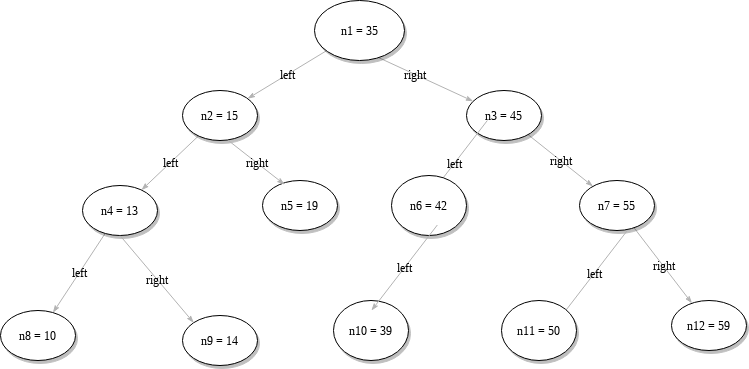
The draw.io diagram sample-tree/tree.png in alaran01/DFS-Game, before a commit. Source tidied: cells renumbered, new cells last; positions are measured from the earlier drawing's top-left corner, leaving out a move shared by most shapes. The source it was exported from:
```xml
<mxGraphModel background="#ffffff">
  <root>
    <mxCell id="0" />
    <mxCell id="1" parent="0" />
    <mxCell id="2" value="left" style="edgeStyle=none;rounded=1;html=1;labelBackgroundColor=none;startArrow=none;startFill=0;startSize=5;endArrow=classicThin;endFill=1;endSize=5;jettySize=auto;strokeColor=#B3B3B3;strokeWidth=1;fontFamily=Verdana;fontSize=12;" parent="1" edge="1" source="4" target="12">
      <mxGeometry relative="1" as="geometry" />
    </mxCell>
    <mxCell id="3" value="right" style="edgeStyle=none;rounded=1;html=1;labelBackgroundColor=none;startArrow=none;startFill=0;startSize=5;endArrow=classicThin;endFill=1;endSize=5;jettySize=auto;strokeColor=#B3B3B3;strokeWidth=1;fontFamily=Verdana;fontSize=12;" parent="1" edge="1" target="6">
      <mxGeometry relative="1" as="geometry">
        <mxPoint x="356.1" y="47" as="sourcePoint" />
      </mxGeometry>
    </mxCell>
    <mxCell id="4" value="n1 = 35" style="ellipse;whiteSpace=wrap;html=1;rounded=0;shadow=1;comic=0;labelBackgroundColor=none;strokeWidth=1;fontFamily=Verdana;fontSize=12;align=center;" parent="1" vertex="1">
      <mxGeometry x="314" width="90" height="60" as="geometry" />
    </mxCell>
    <mxCell id="5" value="right" style="edgeStyle=none;rounded=1;html=1;labelBackgroundColor=none;startArrow=none;startFill=0;startSize=5;endArrow=classicThin;endFill=1;endSize=5;jettySize=auto;strokeColor=#B3B3B3;strokeWidth=1;fontFamily=Verdana;fontSize=12;" parent="1" edge="1" source="6" target="8">
      <mxGeometry relative="1" as="geometry" />
    </mxCell>
    <mxCell id="6" value="&lt;span&gt;n3 = 45&lt;/span&gt;" style="ellipse;whiteSpace=wrap;html=1;rounded=0;shadow=1;comic=0;labelBackgroundColor=none;strokeWidth=1;fontFamily=Verdana;fontSize=12;align=center;" parent="1" vertex="1">
      <mxGeometry x="466" y="90" width="75" height="50" as="geometry" />
    </mxCell>
    <mxCell id="7" value="right" style="edgeStyle=none;rounded=1;html=1;labelBackgroundColor=none;startArrow=none;startFill=0;startSize=5;endArrow=classicThin;endFill=1;endSize=5;jettySize=auto;strokeColor=#B3B3B3;strokeWidth=1;fontFamily=Verdana;fontSize=12;" parent="1" edge="1" source="8" target="9">
      <mxGeometry relative="1" as="geometry" />
    </mxCell>
    <mxCell id="8" value="&lt;span&gt;n7 = 55&lt;/span&gt;" style="ellipse;whiteSpace=wrap;html=1;rounded=0;shadow=1;comic=0;labelBackgroundColor=none;strokeWidth=1;fontFamily=Verdana;fontSize=12;align=center;" parent="1" vertex="1">
      <mxGeometry x="579" y="180" width="75" height="50" as="geometry" />
    </mxCell>
    <mxCell id="9" value="&lt;span&gt;n12 = 59&lt;/span&gt;" style="ellipse;whiteSpace=wrap;html=1;rounded=0;shadow=1;comic=0;labelBackgroundColor=none;strokeWidth=1;fontFamily=Verdana;fontSize=12;align=center;" parent="1" vertex="1">
      <mxGeometry x="671" y="300" width="75" height="50" as="geometry" />
    </mxCell>
    <mxCell id="10" value="n5 = 19" style="ellipse;whiteSpace=wrap;html=1;rounded=0;shadow=1;comic=0;labelBackgroundColor=none;strokeWidth=1;fontFamily=Verdana;fontSize=12;align=center;" parent="1" vertex="1">
      <mxGeometry x="262" y="180" width="75" height="50" as="geometry" />
    </mxCell>
    <mxCell id="11" value="left" style="edgeStyle=none;rounded=1;html=1;labelBackgroundColor=none;startArrow=none;startFill=0;startSize=5;endArrow=classicThin;endFill=1;endSize=5;jettySize=auto;strokeColor=#B3B3B3;strokeWidth=1;fontFamily=Verdana;fontSize=12;" parent="1" edge="1" source="12" target="14">
      <mxGeometry relative="1" as="geometry" />
    </mxCell>
    <mxCell id="12" value="n2 = 15" style="ellipse;whiteSpace=wrap;html=1;rounded=0;shadow=1;comic=0;labelBackgroundColor=none;strokeWidth=1;fontFamily=Verdana;fontSize=12;align=center;" parent="1" vertex="1">
      <mxGeometry x="182" y="90" width="75" height="50" as="geometry" />
    </mxCell>
    <mxCell id="13" value="left" style="edgeStyle=none;rounded=1;html=1;labelBackgroundColor=none;startArrow=none;startFill=0;startSize=5;endArrow=classicThin;endFill=1;endSize=5;jettySize=auto;strokeColor=#B3B3B3;strokeWidth=1;fontFamily=Verdana;fontSize=12;" parent="1" edge="1" source="14" target="15">
      <mxGeometry relative="1" as="geometry" />
    </mxCell>
    <mxCell id="14" value="&lt;span&gt;n4 = 13&lt;/span&gt;" style="ellipse;whiteSpace=wrap;html=1;rounded=0;shadow=1;comic=0;labelBackgroundColor=none;strokeWidth=1;fontFamily=Verdana;fontSize=12;align=center;" parent="1" vertex="1">
      <mxGeometry x="82" y="185" width="75" height="50" as="geometry" />
    </mxCell>
    <mxCell id="15" value="&lt;span&gt;n8 = 10&lt;/span&gt;" style="ellipse;whiteSpace=wrap;html=1;rounded=0;shadow=1;comic=0;labelBackgroundColor=none;strokeWidth=1;fontFamily=Verdana;fontSize=12;align=center;" parent="1" vertex="1">
      <mxGeometry y="310" width="75" height="50" as="geometry" />
    </mxCell>
    <mxCell id="16" value="n9 = 14" style="ellipse;whiteSpace=wrap;html=1;rounded=0;shadow=1;comic=0;labelBackgroundColor=none;strokeWidth=1;fontFamily=Verdana;fontSize=12;align=center;" parent="1" vertex="1">
      <mxGeometry x="182" y="315" width="75" height="50" as="geometry" />
    </mxCell>
    <mxCell id="17" value="right" style="edgeStyle=none;rounded=1;html=1;labelBackgroundColor=none;startArrow=none;startFill=0;startSize=5;endArrow=classicThin;endFill=1;endSize=5;jettySize=auto;strokeColor=#B3B3B3;strokeWidth=1;fontFamily=Verdana;fontSize=12;exitX=0.5;exitY=1;exitDx=0;exitDy=0;entryX=0;entryY=0;entryDx=0;entryDy=0;" parent="1" edge="1" source="14" target="16">
      <mxGeometry relative="1" as="geometry" />
    </mxCell>
    <mxCell id="18" value="right" style="edgeStyle=none;rounded=1;html=1;labelBackgroundColor=none;startArrow=none;startFill=0;startSize=5;endArrow=classicThin;endFill=1;endSize=5;jettySize=auto;strokeColor=#B3B3B3;strokeWidth=1;fontFamily=Verdana;fontSize=12;entryX=0.293;entryY=0.08;entryDx=0;entryDy=0;entryPerimeter=0;" parent="1" edge="1" target="10">
      <mxGeometry relative="1" as="geometry">
        <mxPoint x="227.8" y="140" as="sourcePoint" />
      </mxGeometry>
    </mxCell>
    <mxCell id="19" value="left" style="edgeStyle=none;rounded=1;html=1;labelBackgroundColor=none;startArrow=none;startFill=0;startSize=5;endArrow=classicThin;endFill=1;endSize=5;jettySize=auto;orthogonalLoop=1;strokeColor=#B3B3B3;strokeWidth=1;fontFamily=Verdana;fontSize=12;" parent="1" edge="1">
      <mxGeometry relative="1" as="geometry">
        <mxPoint x="486.8" y="120" as="sourcePoint" />
        <mxPoint x="421" y="205.5" as="targetPoint" />
      </mxGeometry>
    </mxCell>
    <mxCell id="20" value="left" style="edgeStyle=none;rounded=1;html=1;labelBackgroundColor=none;startArrow=none;startFill=0;startSize=5;endArrow=classicThin;endFill=1;endSize=5;jettySize=auto;orthogonalLoop=1;strokeColor=#B3B3B3;strokeWidth=1;fontFamily=Verdana;fontSize=12;" parent="1" edge="1">
      <mxGeometry relative="1" as="geometry">
        <mxPoint x="626.8" y="230" as="sourcePoint" />
        <mxPoint x="561" y="315.5" as="targetPoint" />
      </mxGeometry>
    </mxCell>
    <mxCell id="21" value="&lt;span&gt;n6 = 42&lt;/span&gt;" style="ellipse;whiteSpace=wrap;html=1;rounded=0;shadow=1;comic=0;labelBackgroundColor=none;strokeWidth=1;fontFamily=Verdana;fontSize=12;align=center;" parent="1" vertex="1">
      <mxGeometry x="391" y="175" width="75" height="60" as="geometry" />
    </mxCell>
    <mxCell id="22" value="&lt;span&gt;n10 = 39&lt;/span&gt;" style="ellipse;whiteSpace=wrap;html=1;rounded=0;shadow=1;comic=0;labelBackgroundColor=none;strokeWidth=1;fontFamily=Verdana;fontSize=12;align=center;" parent="1" vertex="1">
      <mxGeometry x="333" y="300" width="75" height="60" as="geometry" />
    </mxCell>
    <mxCell id="23" value="&lt;span&gt;n11 = 50&lt;/span&gt;" style="ellipse;whiteSpace=wrap;html=1;rounded=0;shadow=1;comic=0;labelBackgroundColor=none;strokeWidth=1;fontFamily=Verdana;fontSize=12;align=center;" parent="1" vertex="1">
      <mxGeometry x="501" y="300" width="75" height="60" as="geometry" />
    </mxCell>
    <mxCell id="24" value="left" style="edgeStyle=none;rounded=1;html=1;labelBackgroundColor=none;startArrow=none;startFill=0;startSize=5;endArrow=classicThin;endFill=1;endSize=5;jettySize=auto;orthogonalLoop=1;strokeColor=#B3B3B3;strokeWidth=1;fontFamily=Verdana;fontSize=12;" parent="1" edge="1">
      <mxGeometry relative="1" as="geometry">
        <mxPoint x="436.8" y="224.5" as="sourcePoint" />
        <mxPoint x="371" y="310" as="targetPoint" />
      </mxGeometry>
    </mxCell>
  </root>
</mxGraphModel>
```
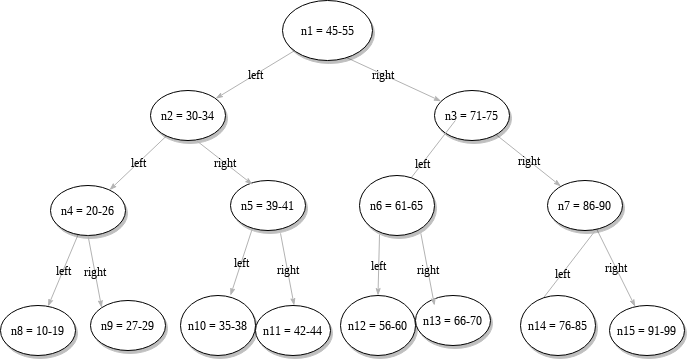
After the change.

Commit message:
generating a random tree, added new sample tree

What changed in the source:
```diff
@@ -10,44 +10,44 @@
         <mxPoint x="356.1" y="47" as="sourcePoint" />
       </mxGeometry>
     </mxCell>
-    <mxCell id="4" value="n1 = 35" style="ellipse;whiteSpace=wrap;html=1;rounded=0;shadow=1;comic=0;labelBackgroundColor=none;strokeWidth=1;fontFamily=Verdana;fontSize=12;align=center;" parent="1" vertex="1">
+    <mxCell id="4" value="n1 = 45-55" style="ellipse;whiteSpace=wrap;html=1;rounded=0;shadow=1;comic=0;labelBackgroundColor=none;strokeWidth=1;fontFamily=Verdana;fontSize=12;align=center;" parent="1" vertex="1">
       <mxGeometry x="314" width="90" height="60" as="geometry" />
     </mxCell>
     <mxCell id="5" value="right" style="edgeStyle=none;rounded=1;html=1;labelBackgroundColor=none;startArrow=none;startFill=0;startSize=5;endArrow=classicThin;endFill=1;endSize=5;jettySize=auto;strokeColor=#B3B3B3;strokeWidth=1;fontFamily=Verdana;fontSize=12;" parent="1" edge="1" source="6" target="8">
       <mxGeometry relative="1" as="geometry" />
     </mxCell>
-    <mxCell id="6" value="&lt;span&gt;n3 = 45&lt;/span&gt;" style="ellipse;whiteSpace=wrap;html=1;rounded=0;shadow=1;comic=0;labelBackgroundColor=none;strokeWidth=1;fontFamily=Verdana;fontSize=12;align=center;" parent="1" vertex="1">
+    <mxCell id="6" value="&lt;span&gt;n3 = 71-75&lt;/span&gt;" style="ellipse;whiteSpace=wrap;html=1;rounded=0;shadow=1;comic=0;labelBackgroundColor=none;strokeWidth=1;fontFamily=Verdana;fontSize=12;align=center;" parent="1" vertex="1">
       <mxGeometry x="466" y="90" width="75" height="50" as="geometry" />
     </mxCell>
     <mxCell id="7" value="right" style="edgeStyle=none;rounded=1;html=1;labelBackgroundColor=none;startArrow=none;startFill=0;startSize=5;endArrow=classicThin;endFill=1;endSize=5;jettySize=auto;strokeColor=#B3B3B3;strokeWidth=1;fontFamily=Verdana;fontSize=12;" parent="1" edge="1" source="8" target="9">
       <mxGeometry relative="1" as="geometry" />
     </mxCell>
-    <mxCell id="8" value="&lt;span&gt;n7 = 55&lt;/span&gt;" style="ellipse;whiteSpace=wrap;html=1;rounded=0;shadow=1;comic=0;labelBackgroundColor=none;strokeWidth=1;fontFamily=Verdana;fontSize=12;align=center;" parent="1" vertex="1">
+    <mxCell id="8" value="&lt;span&gt;n7 = 86-90&lt;/span&gt;" style="ellipse;whiteSpace=wrap;html=1;rounded=0;shadow=1;comic=0;labelBackgroundColor=none;strokeWidth=1;fontFamily=Verdana;fontSize=12;align=center;" parent="1" vertex="1">
       <mxGeometry x="579" y="180" width="75" height="50" as="geometry" />
     </mxCell>
-    <mxCell id="9" value="&lt;span&gt;n12 = 59&lt;/span&gt;" style="ellipse;whiteSpace=wrap;html=1;rounded=0;shadow=1;comic=0;labelBackgroundColor=none;strokeWidth=1;fontFamily=Verdana;fontSize=12;align=center;" parent="1" vertex="1">
-      <mxGeometry x="671" y="300" width="75" height="50" as="geometry" />
+    <mxCell id="9" value="&lt;span&gt;n15 = 91-99&lt;/span&gt;" style="ellipse;whiteSpace=wrap;html=1;rounded=0;shadow=1;comic=0;labelBackgroundColor=none;strokeWidth=1;fontFamily=Verdana;fontSize=12;align=center;" parent="1" vertex="1">
+      <mxGeometry x="641" y="305" width="75" height="50" as="geometry" />
     </mxCell>
-    <mxCell id="10" value="n5 = 19" style="ellipse;whiteSpace=wrap;html=1;rounded=0;shadow=1;comic=0;labelBackgroundColor=none;strokeWidth=1;fontFamily=Verdana;fontSize=12;align=center;" parent="1" vertex="1">
+    <mxCell id="10" value="n5 = 39-41" style="ellipse;whiteSpace=wrap;html=1;rounded=0;shadow=1;comic=0;labelBackgroundColor=none;strokeWidth=1;fontFamily=Verdana;fontSize=12;align=center;" parent="1" vertex="1">
       <mxGeometry x="262" y="180" width="75" height="50" as="geometry" />
     </mxCell>
     <mxCell id="11" value="left" style="edgeStyle=none;rounded=1;html=1;labelBackgroundColor=none;startArrow=none;startFill=0;startSize=5;endArrow=classicThin;endFill=1;endSize=5;jettySize=auto;strokeColor=#B3B3B3;strokeWidth=1;fontFamily=Verdana;fontSize=12;" parent="1" edge="1" source="12" target="14">
       <mxGeometry relative="1" as="geometry" />
     </mxCell>
-    <mxCell id="12" value="n2 = 15" style="ellipse;whiteSpace=wrap;html=1;rounded=0;shadow=1;comic=0;labelBackgroundColor=none;strokeWidth=1;fontFamily=Verdana;fontSize=12;align=center;" parent="1" vertex="1">
+    <mxCell id="12" value="n2 = 30-34" style="ellipse;whiteSpace=wrap;html=1;rounded=0;shadow=1;comic=0;labelBackgroundColor=none;strokeWidth=1;fontFamily=Verdana;fontSize=12;align=center;" parent="1" vertex="1">
       <mxGeometry x="182" y="90" width="75" height="50" as="geometry" />
     </mxCell>
     <mxCell id="13" value="left" style="edgeStyle=none;rounded=1;html=1;labelBackgroundColor=none;startArrow=none;startFill=0;startSize=5;endArrow=classicThin;endFill=1;endSize=5;jettySize=auto;strokeColor=#B3B3B3;strokeWidth=1;fontFamily=Verdana;fontSize=12;" parent="1" edge="1" source="14" target="15">
       <mxGeometry relative="1" as="geometry" />
     </mxCell>
-    <mxCell id="14" value="&lt;span&gt;n4 = 13&lt;/span&gt;" style="ellipse;whiteSpace=wrap;html=1;rounded=0;shadow=1;comic=0;labelBackgroundColor=none;strokeWidth=1;fontFamily=Verdana;fontSize=12;align=center;" parent="1" vertex="1">
+    <mxCell id="14" value="&lt;span&gt;n4 = 20-26&lt;/span&gt;" style="ellipse;whiteSpace=wrap;html=1;rounded=0;shadow=1;comic=0;labelBackgroundColor=none;strokeWidth=1;fontFamily=Verdana;fontSize=12;align=center;" parent="1" vertex="1">
       <mxGeometry x="82" y="185" width="75" height="50" as="geometry" />
     </mxCell>
-    <mxCell id="15" value="&lt;span&gt;n8 = 10&lt;/span&gt;" style="ellipse;whiteSpace=wrap;html=1;rounded=0;shadow=1;comic=0;labelBackgroundColor=none;strokeWidth=1;fontFamily=Verdana;fontSize=12;align=center;" parent="1" vertex="1">
-      <mxGeometry y="310" width="75" height="50" as="geometry" />
+    <mxCell id="15" value="&lt;span&gt;n8 = 10-19&lt;/span&gt;" style="ellipse;whiteSpace=wrap;html=1;rounded=0;shadow=1;comic=0;labelBackgroundColor=none;strokeWidth=1;fontFamily=Verdana;fontSize=12;align=center;" parent="1" vertex="1">
+      <mxGeometry x="32" y="305" width="75" height="50" as="geometry" />
     </mxCell>
-    <mxCell id="16" value="n9 = 14" style="ellipse;whiteSpace=wrap;html=1;rounded=0;shadow=1;comic=0;labelBackgroundColor=none;strokeWidth=1;fontFamily=Verdana;fontSize=12;align=center;" parent="1" vertex="1">
-      <mxGeometry x="182" y="315" width="75" height="50" as="geometry" />
+    <mxCell id="16" value="n9 = 27-29" style="ellipse;whiteSpace=wrap;html=1;rounded=0;shadow=1;comic=0;labelBackgroundColor=none;strokeWidth=1;fontFamily=Verdana;fontSize=12;align=center;" parent="1" vertex="1">
+      <mxGeometry x="122" y="300" width="75" height="50" as="geometry" />
     </mxCell>
     <mxCell id="17" value="right" style="edgeStyle=none;rounded=1;html=1;labelBackgroundColor=none;startArrow=none;startFill=0;startSize=5;endArrow=classicThin;endFill=1;endSize=5;jettySize=auto;strokeColor=#B3B3B3;strokeWidth=1;fontFamily=Verdana;fontSize=12;exitX=0.5;exitY=1;exitDx=0;exitDy=0;entryX=0;entryY=0;entryDx=0;entryDy=0;" parent="1" edge="1" source="14" target="16">
       <mxGeometry relative="1" as="geometry" />
@@ -69,20 +69,44 @@
         <mxPoint x="561" y="315.5" as="targetPoint" />
       </mxGeometry>
     </mxCell>
-    <mxCell id="21" value="&lt;span&gt;n6 = 42&lt;/span&gt;" style="ellipse;whiteSpace=wrap;html=1;rounded=0;shadow=1;comic=0;labelBackgroundColor=none;strokeWidth=1;fontFamily=Verdana;fontSize=12;align=center;" parent="1" vertex="1">
+    <mxCell id="21" value="&lt;span&gt;n6 = 61-65&lt;/span&gt;" style="ellipse;whiteSpace=wrap;html=1;rounded=0;shadow=1;comic=0;labelBackgroundColor=none;strokeWidth=1;fontFamily=Verdana;fontSize=12;align=center;" parent="1" vertex="1">
       <mxGeometry x="391" y="175" width="75" height="60" as="geometry" />
     </mxCell>
-    <mxCell id="22" value="&lt;span&gt;n10 = 39&lt;/span&gt;" style="ellipse;whiteSpace=wrap;html=1;rounded=0;shadow=1;comic=0;labelBackgroundColor=none;strokeWidth=1;fontFamily=Verdana;fontSize=12;align=center;" parent="1" vertex="1">
-      <mxGeometry x="333" y="300" width="75" height="60" as="geometry" />
+    <mxCell id="22" value="&lt;span&gt;n12 = 56-60&lt;/span&gt;" style="ellipse;whiteSpace=wrap;html=1;rounded=0;shadow=1;comic=0;labelBackgroundColor=none;strokeWidth=1;fontFamily=Verdana;fontSize=12;align=center;" parent="1" vertex="1">
+      <mxGeometry x="372" y="295" width="75" height="60" as="geometry" />
     </mxCell>
-    <mxCell id="23" value="&lt;span&gt;n11 = 50&lt;/span&gt;" style="ellipse;whiteSpace=wrap;html=1;rounded=0;shadow=1;comic=0;labelBackgroundColor=none;strokeWidth=1;fontFamily=Verdana;fontSize=12;align=center;" parent="1" vertex="1">
-      <mxGeometry x="501" y="300" width="75" height="60" as="geometry" />
+    <mxCell id="23" value="&lt;span&gt;n14 = 76-85&lt;/span&gt;" style="ellipse;whiteSpace=wrap;html=1;rounded=0;shadow=1;comic=0;labelBackgroundColor=none;strokeWidth=1;fontFamily=Verdana;fontSize=12;align=center;" parent="1" vertex="1">
+      <mxGeometry x="552" y="295" width="75" height="60" as="geometry" />
     </mxCell>
-    <mxCell id="24" value="left" style="edgeStyle=none;rounded=1;html=1;labelBackgroundColor=none;startArrow=none;startFill=0;startSize=5;endArrow=classicThin;endFill=1;endSize=5;jettySize=auto;orthogonalLoop=1;strokeColor=#B3B3B3;strokeWidth=1;fontFamily=Verdana;fontSize=12;" parent="1" edge="1">
-      <mxGeometry relative="1" as="geometry">
-        <mxPoint x="436.8" y="224.5" as="sourcePoint" />
-        <mxPoint x="371" y="310" as="targetPoint" />
-      </mxGeometry>
+    <mxCell id="24" value="left" style="edgeStyle=none;rounded=1;html=1;labelBackgroundColor=none;startArrow=none;startFill=0;startSize=5;endArrow=classicThin;endFill=1;endSize=5;jettySize=auto;strokeColor=#B3B3B3;strokeWidth=1;fontFamily=Verdana;fontSize=12;exitX=0.267;exitY=0.983;exitDx=0;exitDy=0;exitPerimeter=0;entryX=0.5;entryY=0;entryDx=0;entryDy=0;" parent="1" edge="1" source="21" target="22">
+      <mxGeometry relative="1" as="geometry" />
     </mxCell>
+    <mxCell id="25" value="&lt;span&gt;n10 = 35-38&lt;/span&gt;" style="ellipse;whiteSpace=wrap;html=1;rounded=0;shadow=1;comic=0;labelBackgroundColor=none;strokeWidth=1;fontFamily=Verdana;fontSize=12;align=center;" parent="1" vertex="1">
+      <mxGeometry x="212" y="295" width="75" height="60" as="geometry" />
+    </mxCell>
+    <mxCell id="26" value="left" style="edgeStyle=none;rounded=1;html=1;labelBackgroundColor=none;startArrow=none;startFill=0;startSize=5;endArrow=classicThin;endFill=1;endSize=5;jettySize=auto;orthogonalLoop=1;strokeColor=#B3B3B3;strokeWidth=1;fontFamily=Verdana;fontSize=12;exitX=0.267;exitY=0.983;exitDx=0;exitDy=0;exitPerimeter=0;" parent="1" edge="1">
+      <mxGeometry relative="1" as="geometry">
+        <mxPoint x="283.5" y="229" as="sourcePoint" />
+        <mxPoint x="262" y="295" as="targetPoint" />
+      </mxGeometry>
+    </mxCell>
+    <mxCell id="27" value="n11 = 42-44" style="ellipse;whiteSpace=wrap;html=1;rounded=0;shadow=1;comic=0;labelBackgroundColor=none;strokeWidth=1;fontFamily=Verdana;fontSize=12;align=center;" parent="1" vertex="1">
+      <mxGeometry x="287" y="305" width="75" height="50" as="geometry" />
+    </mxCell>
+    <mxCell id="28" value="n13 = 66-70" style="ellipse;whiteSpace=wrap;html=1;rounded=0;shadow=1;comic=0;labelBackgroundColor=none;strokeWidth=1;fontFamily=Verdana;fontSize=12;align=center;" parent="1" vertex="1">
+      <mxGeometry x="447" y="295" width="75" height="50" as="geometry" />
+    </mxCell>
+    <mxCell id="29" value="right" style="edgeStyle=none;rounded=1;html=1;labelBackgroundColor=none;startArrow=none;startFill=0;startSize=5;endArrow=classicThin;endFill=1;endSize=5;jettySize=auto;orthogonalLoop=1;strokeColor=#B3B3B3;strokeWidth=1;fontFamily=Verdana;fontSize=12;exitX=0.5;exitY=1;exitDx=0;exitDy=0;entryX=0;entryY=0;entryDx=0;entryDy=0;" parent="1" edge="1">
+      <mxGeometry relative="1" as="geometry">
+        <mxPoint x="312" y="232.8" as="sourcePoint" />
+        <mxPoint x="325.7" y="305" as="targetPoint" />
+      </mxGeometry>
+    </mxCell>
+    <mxCell id="30" value="right" style="edgeStyle=none;rounded=1;html=1;labelBackgroundColor=none;startArrow=none;startFill=0;startSize=5;endArrow=classicThin;endFill=1;endSize=5;jettySize=auto;orthogonalLoop=1;strokeColor=#B3B3B3;strokeWidth=1;fontFamily=Verdana;fontSize=12;exitX=0.5;exitY=1;exitDx=0;exitDy=0;entryX=0;entryY=0;entryDx=0;entryDy=0;" parent="1" edge="1">
+      <mxGeometry relative="1" as="geometry">
+        <mxPoint x="452.3" y="232.8" as="sourcePoint" />
+        <mxPoint x="466" y="305" as="targetPoint" />
+      </mxGeometry>
+    </mxCell>
   </root>
 </mxGraphModel>
```
